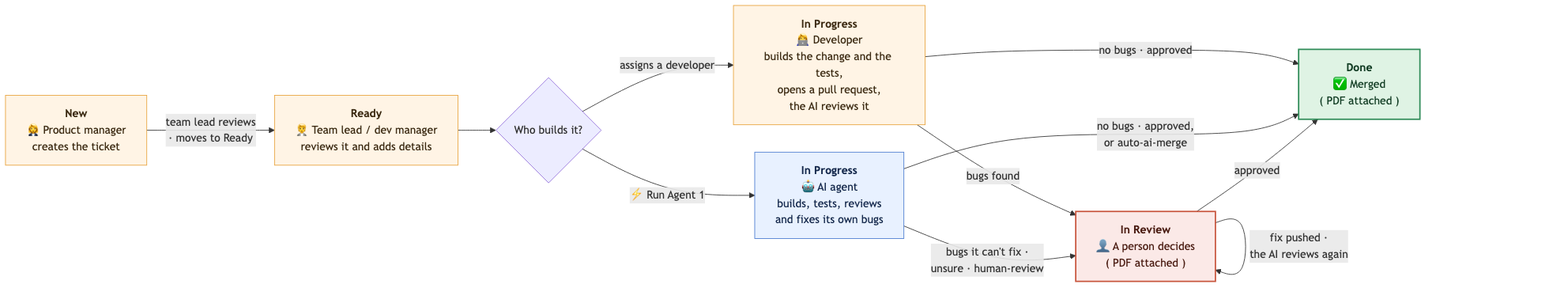
Earlier version of the Mermaid export docs/images/ticket-flow.png (ssharma007-dev/wikipedia-visual-ci). Its source is kept beside it as docs/images/ticket-flow.mmd.
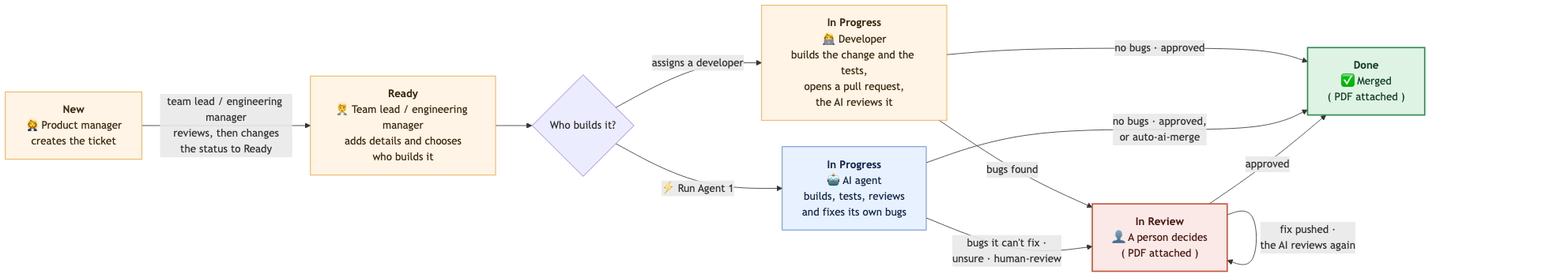
The same diagram one commit later.

Commit message:
Ticket flow: team lead / engineering manager reviews, then changes the status to Ready

Diff of the diagram source:
```diff
@@ -1,14 +1,14 @@
 %%{init: {"flowchart": {"wrappingWidth": 220, "nodeSpacing": 40, "rankSpacing": 55, "curve": "basis"}}}%%
 flowchart LR
     N["<b>New</b><br/>👩‍💼 Product manager<br/>creates the ticket"]
-    R["<b>Ready</b><br/>🧑‍💼 Team lead / dev manager<br/>reviews it and adds details"]
+    R["<b>Ready</b><br/>🧑‍💼 Team lead / engineering manager<br/>adds details and chooses<br/>who builds it"]
     C{"Who builds it?"}
     D["<b>In Progress</b><br/>👩‍💻 Developer<br/>builds the change and the tests,<br/>opens a pull request,<br/>the AI reviews it"]
     A["<b>In Progress</b><br/>🤖 AI agent<br/>builds, tests, reviews<br/>and fixes its own bugs"]
     V["<b>In Review</b><br/>👤 A person decides<br/>( PDF attached )"]
     K["<b>Done</b><br/>✅ Merged<br/>( PDF attached )"]
 
-    N -->|"team lead reviews<br/>· moves to Ready"| R
+    N -->|"team lead / engineering manager<br/>reviews, then changes<br/>the status to Ready"| R
     R --> C
     C -->|"assigns a developer"| D
     C -->|"⚡ Run Agent 1"| A
```
